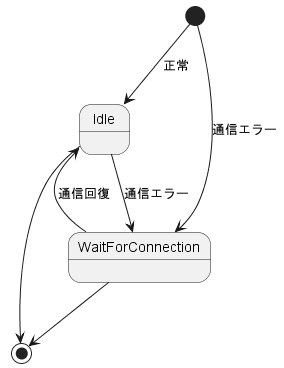
This is doc/uml/out/state_machine/rat/sub_state_idle/sub_state_idle.png from yudai0804/cat-gpt, a PlantUML export, as it was before one commit.
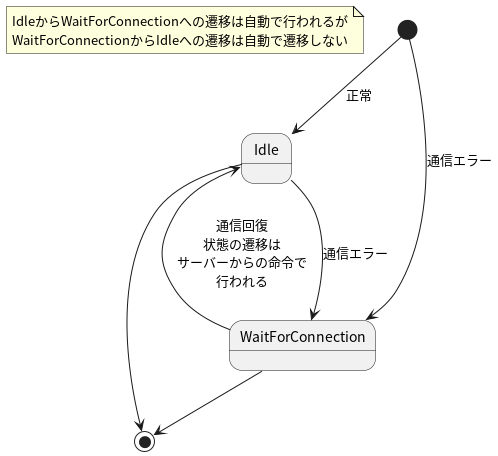
Later version of the same file.

The edit, as a diff of the source:
```diff
@@ -1,9 +1,11 @@
 @startuml
+
+note "IdleからWaitForConnectionへの遷移は自動で行われるが\nWaitForConnectionからIdleへの遷移は自動で遷移しない" as N1
 
 [*] --> Idle : 正常
 [*] --> WaitForConnection : 通信エラー
 Idle --> WaitForConnection : 通信エラー
-WaitForConnection --> Idle : 通信回復
+WaitForConnection --> Idle : 通信回復\n状態の遷移は\nサーバーからの命令で\n行われる
 Idle --> [*]
 WaitForConnection --> [*]
 
```
